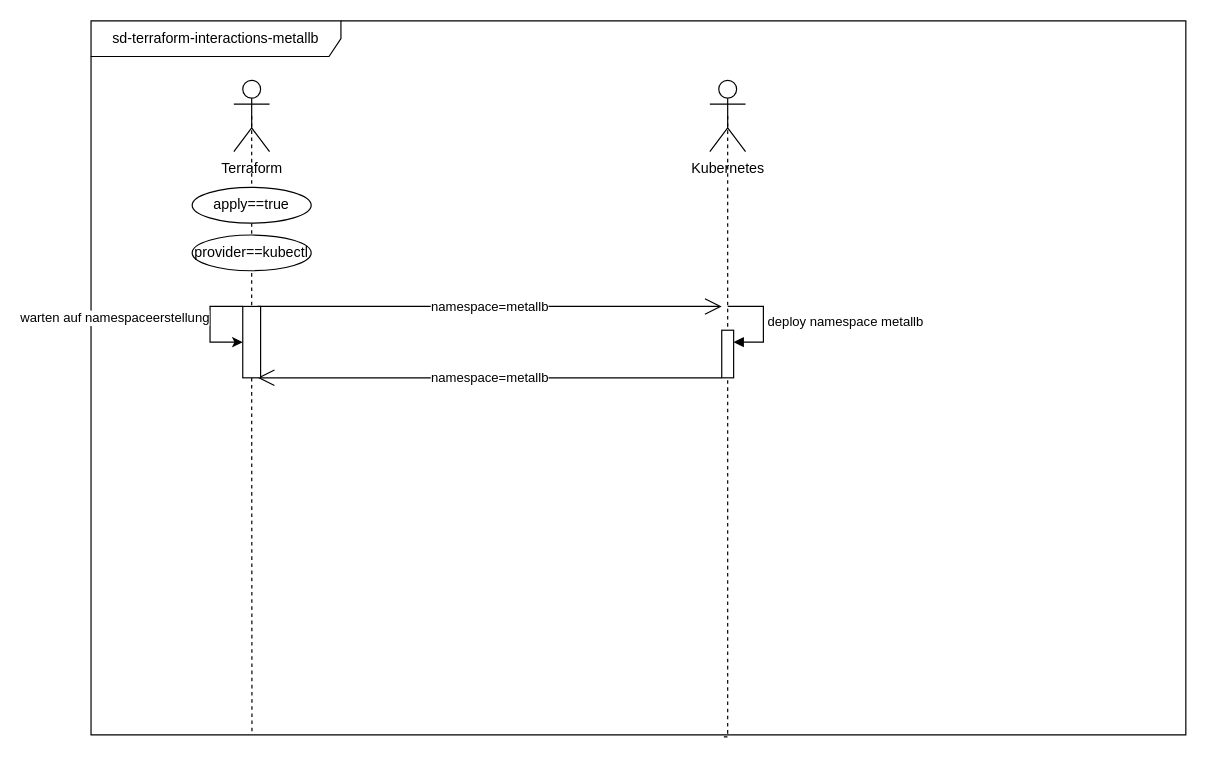
This is uni-bsc/sq-terraform.drawio from pogii123/drawio-charts, a draw.io file, before an edit. Source tidied: cells renumbered, new cells numbered last; positions are measured from the earlier drawing's top-left corner, leaving out a move shared by most shapes. Both pictures are drawn from the tidied source at 119%, with x=0, y=0 at pixel (90, 20).
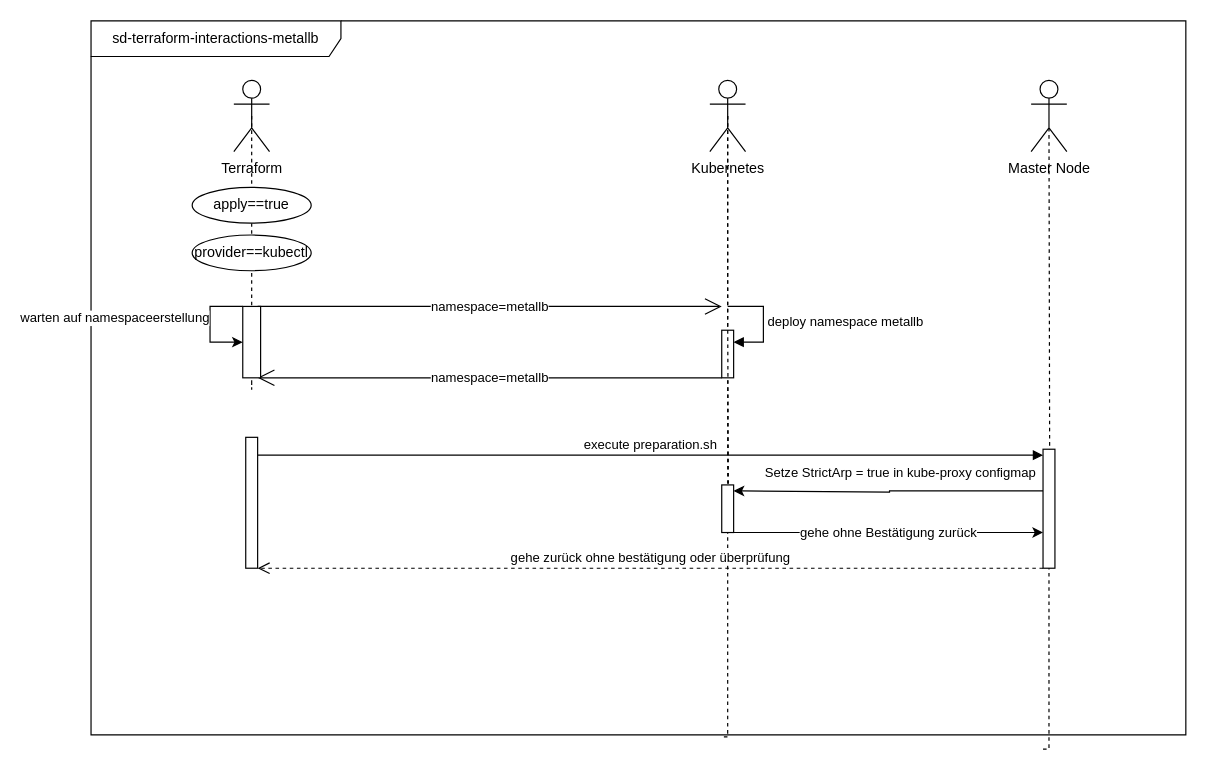
Above is the later version.

The change refers to these unchanged cells:
```xml
<mxCell id="2" value="sd-terraform-interactions-metallb" style="shape=umlFrame;whiteSpace=wrap;html=1;width=210;height=30;" parent="1" vertex="1">
  <mxGeometry width="920" height="600" as="geometry" />
</mxCell>
<mxCell id="3" value="Terraform" style="shape=umlActor;verticalLabelPosition=bottom;verticalAlign=top;html=1;" parent="1" vertex="1">
  <mxGeometry x="120" y="50" width="30" height="60" as="geometry" />
</mxCell>
<mxCell id="4" value="Kubernetes" style="shape=umlActor;verticalLabelPosition=bottom;verticalAlign=top;html=1;" parent="1" vertex="1">
  <mxGeometry x="520" y="50" width="30" height="60" as="geometry" />
</mxCell>
<mxCell id="12" style="html=1;whiteSpace=wrap;" parent="1" vertex="1">
  <mxGeometry x="127.5" y="240" width="15" height="60" as="geometry" />
</mxCell>
```

Change to the diagram source:
```diff
@@
-    <mxCell id="5" style="edgeStyle=orthogonalEdgeStyle;rounded=0;jettySize=auto;html=1;exitX=0.5;exitY=0.5;exitDx=0;exitDy=0;exitPerimeter=0;entryX=0.147;entryY=0.998;entryDx=0;entryDy=0;entryPerimeter=0;dashed=1;endArrow=none;endFill=0;" parent="1" edge="1" source="12" target="2">
-      <mxGeometry relative="1" as="geometry" />
+    <mxCell id="5" style="edgeStyle=orthogonalEdgeStyle;rounded=0;jettySize=auto;html=1;exitX=0.5;exitY=0.5;exitDx=0;exitDy=0;exitPerimeter=0;dashed=1;endArrow=none;endFill=0;" parent="1" edge="1" source="12" target="2">
+      <mxGeometry relative="1" as="geometry">
+        <Array as="points">
+          <mxPoint x="135" y="450" />
+          <mxPoint x="135" y="450" />
+        </Array>
+      </mxGeometry>
     </mxCell>
@@
-    <mxCell id="11" style="edgeStyle=orthogonalEdgeStyle;rounded=0;jettySize=auto;html=1;exitX=0.5;exitY=0.5;exitDx=0;exitDy=0;exitPerimeter=0;entryX=0.5;entryY=0;entryDx=0;entryDy=0;dashed=1;endArrow=none;endFill=0;" parent="1" edge="1" source="3" target="12">
-      <mxGeometry relative="1" as="geometry" />
+    <mxCell id="11" style="edgeStyle=orthogonalEdgeStyle;rounded=0;jettySize=auto;html=1;exitX=0.5;exitY=0.5;exitDx=0;exitDy=0;exitPerimeter=0;dashed=1;endArrow=none;endFill=0;" parent="1" edge="1" source="3" target="12">
+      <mxGeometry relative="1" as="geometry">
+        <Array as="points">
+          <mxPoint x="135" y="310" />
+          <mxPoint x="135" y="310" />
+        </Array>
+      </mxGeometry>
     </mxCell>
@@
+    <mxCell id="16" value="execute preparation.sh" style="html=1;verticalAlign=bottom;endArrow=block;curved=0;rounded=0;" parent="1" edge="1" source="18">
+      <mxGeometry relative="1" as="geometry">
+        <mxPoint x="800" y="365" as="targetPoint" />
+      </mxGeometry>
+    </mxCell>
+    <mxCell id="17" value="gehe zurück ohne bestätigung oder überprüfung" style="html=1;verticalAlign=bottom;endArrow=open;dashed=1;endSize=8;curved=0;rounded=0;" parent="1" edge="1">
+      <mxGeometry relative="1" as="geometry">
+        <mxPoint x="800" y="460" as="sourcePoint" />
+        <mxPoint x="140" y="460" as="targetPoint" />
+      </mxGeometry>
+    </mxCell>
+    <mxCell id="18" style="html=1;points=[[0,0,0,0,5],[0,1,0,0,-5],[1,0,0,0,5],[1,1,0,0,-5]];perimeter=orthogonalPerimeter;outlineConnect=0;targetShapes=umlLifeline;portConstraint=eastwest;newEdgeStyle={&quot;curved&quot;:0,&quot;rounded&quot;:0};" parent="1" vertex="1">
+      <mxGeometry x="130" y="350" width="10" height="110" as="geometry" />
+    </mxCell>
+    <mxCell id="19" value="Master Node" style="shape=umlActor;verticalLabelPosition=bottom;verticalAlign=top;html=1;" parent="1" vertex="1">
+      <mxGeometry x="790" y="50" width="30" height="60" as="geometry" />
+    </mxCell>
+    <mxCell id="20" style="edgeStyle=orthogonalEdgeStyle;rounded=0;jettySize=auto;html=1;exitX=0.5;exitY=0.5;exitDx=0;exitDy=0;exitPerimeter=0;entryX=0.576;entryY=1.003;entryDx=0;entryDy=0;entryPerimeter=0;endArrow=none;endFill=0;dashed=1;" parent="1" edge="1" source="23">
+      <mxGeometry relative="1" as="geometry">
+        <mxPoint x="800" y="612" as="targetPoint" />
+        <Array as="points">
+          <mxPoint x="805" y="612" />
+        </Array>
+      </mxGeometry>
+    </mxCell>
+    <mxCell id="21" style="edgeStyle=orthogonalEdgeStyle;rounded=0;jettySize=auto;html=1;exitX=0.5;exitY=0.5;exitDx=0;exitDy=0;exitPerimeter=0;entryX=0.576;entryY=1.003;entryDx=0;entryDy=0;entryPerimeter=0;endArrow=none;endFill=0;dashed=1;" parent="1" edge="1" target="23">
+      <mxGeometry relative="1" as="geometry">
+        <mxPoint x="805" y="90" as="sourcePoint" />
+        <Array as="points">
+          <mxPoint x="806" y="90" />
+        </Array>
+      </mxGeometry>
+    </mxCell>
+    <mxCell id="22" value="Setze StrictArp = true in kube-proxy configmap" style="edgeStyle=orthogonalEdgeStyle;rounded=0;jettySize=auto;html=1;curved=0;" parent="1" edge="1" source="23">
+      <mxGeometry x="-0.08" y="-15" relative="1" as="geometry">
+        <mxPoint x="540" y="395" as="targetPoint" />
+        <Array as="points">
+          <mxPoint x="671" y="395" />
+          <mxPoint x="671" y="396" />
+        </Array>
+      </mxGeometry>
+    </mxCell>
+    <mxCell id="23" style="html=1;points=[[0,0,0,0,5],[0,1,0,0,-5],[1,0,0,0,5],[1,1,0,0,-5]];perimeter=orthogonalPerimeter;outlineConnect=0;targetShapes=umlLifeline;portConstraint=eastwest;newEdgeStyle={&quot;curved&quot;:0,&quot;rounded&quot;:0};" parent="1" vertex="1">
+      <mxGeometry x="800" y="360" width="10" height="100" as="geometry" />
+    </mxCell>
+    <mxCell id="24" style="edgeStyle=orthogonalEdgeStyle;rounded=0;jettySize=auto;html=1;exitX=0.5;exitY=0.5;exitDx=0;exitDy=0;exitPerimeter=0;entryX=0.576;entryY=1.003;entryDx=0;entryDy=0;entryPerimeter=0;endArrow=none;endFill=0;dashed=1;" parent="1" edge="1" source="4" target="26">
+      <mxGeometry relative="1" as="geometry">
+        <Array as="points">
+          <mxPoint x="535" y="250" />
+          <mxPoint x="536" y="250" />
+        </Array>
+      </mxGeometry>
+    </mxCell>
+    <mxCell id="25" value="gehe ohne Bestätigung zurück" style="edgeStyle=orthogonalEdgeStyle;rounded=0;jettySize=auto;html=1;curved=0;" parent="1" edge="1" source="26">
+      <mxGeometry relative="1" as="geometry">
+        <mxPoint x="800" y="430" as="targetPoint" />
+        <Array as="points">
+          <mxPoint x="660" y="430" />
+          <mxPoint x="660" y="430" />
+        </Array>
+      </mxGeometry>
+    </mxCell>
+    <mxCell id="26" style="html=1;points=[[0,0,0,0,5],[0,1,0,0,-5],[1,0,0,0,5],[1,1,0,0,-5]];perimeter=orthogonalPerimeter;outlineConnect=0;targetShapes=umlLifeline;portConstraint=eastwest;newEdgeStyle={&quot;curved&quot;:0,&quot;rounded&quot;:0};" parent="1" vertex="1">
+      <mxGeometry x="530" y="390" width="10" height="40" as="geometry" />
+    </mxCell>
```
